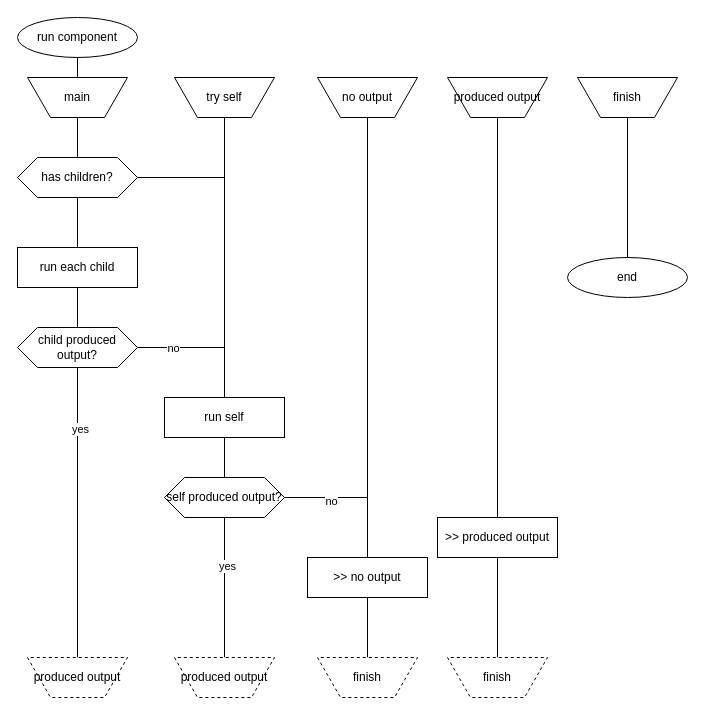
guitarvydas/dasl2 keeps this draw.io diagram as lisp/run once.drawio. Above is the earlier version. Source tidied: cells renumbered, new cells numbered last; positions are measured from the earlier drawing's top-left corner, leaving out a move shared by most shapes. Both pictures are drawn from the tidied source at 100%, with x=0, y=0 at pixel (17, 17).
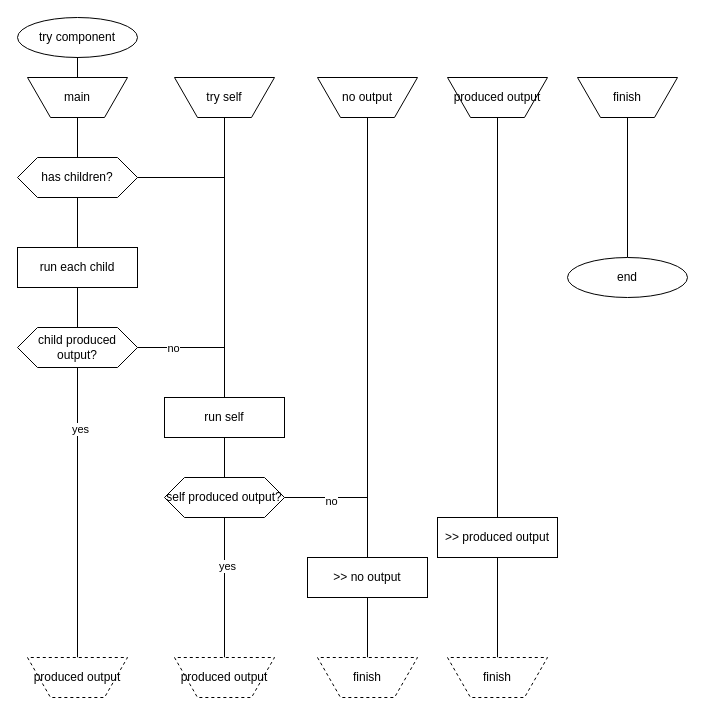
The same page after the edit.

Commit message (it also covers changes not shown here):
alpha clean compile

The edit, as a diff of the source:
```diff
@@
-    <mxCell id="4" value="run component" style="ellipse;whiteSpace=wrap;html=1;" parent="1" vertex="1">
+    <mxCell id="4" value="try component" style="ellipse;whiteSpace=wrap;html=1;" parent="1" vertex="1">
       <mxGeometry width="120" height="40" as="geometry" />
     </mxCell>
```
